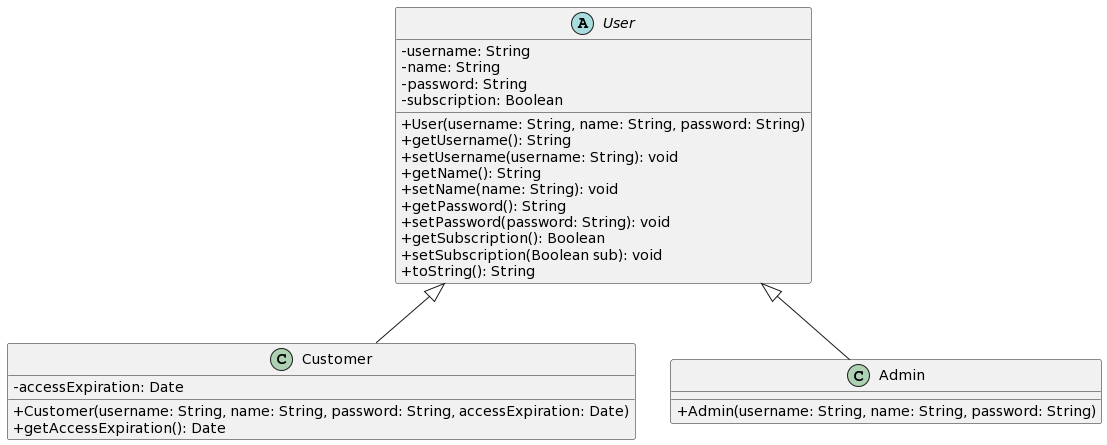
This is diagrams/UserCustomerAdmin.png from James-LG/SYSC4806-Term-Project, a PlantUML export, as it was before one commit. The source it was exported from:
```plantuml
@startuml
skinparam classAttributeIconSize 0
abstract class User{
-username: String
-name: String
-password: String
-subscription: Boolean
+User(username: String, name: String, password: String)
+getUsername(): String
+setUsername(username: String): void
+getName(): String
+setName(name: String): void
+getPassword(): String
+setPassword(password: String): void
+getSubscription(): Boolean
+setSubscription(Boolean sub): void
+toString(): String
}

class Customer{
-accessExpiration: Date
+Customer(username: String, name: String, password: String, accessExpiration: Date)
+getAccessExpiration(): Date
}

class Admin {
+Admin(username: String, name: String, password: String)
}
User <|-- Customer
User <|-- Admin
@enduml
```
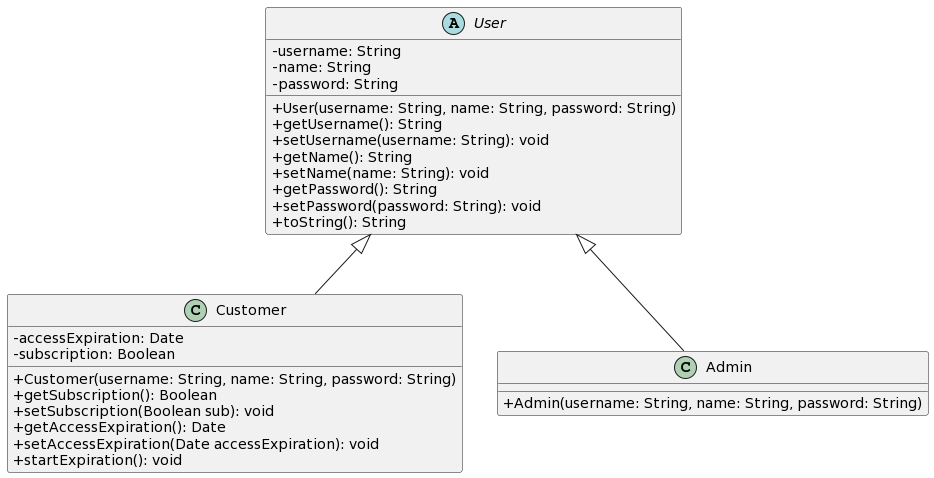
After the commit.

The edit, as a diff of the source:
```diff
@@ -4,7 +4,6 @@
 -username: String
 -name: String
 -password: String
--subscription: Boolean
 +User(username: String, name: String, password: String)
 +getUsername(): String
 +setUsername(username: String): void
@@ -12,15 +11,18 @@
 +setName(name: String): void
 +getPassword(): String
 +setPassword(password: String): void
-+getSubscription(): Boolean
-+setSubscription(Boolean sub): void
 +toString(): String
 }
 
 class Customer{
 -accessExpiration: Date
-+Customer(username: String, name: String, password: String, accessExpiration: Date)
+-subscription: Boolean
++Customer(username: String, name: String, password: String)
++getSubscription(): Boolean
++setSubscription(Boolean sub): void
 +getAccessExpiration(): Date
++setAccessExpiration(Date accessExpiration): void
++startExpiration(): void
 }
 
 class Admin {
```
